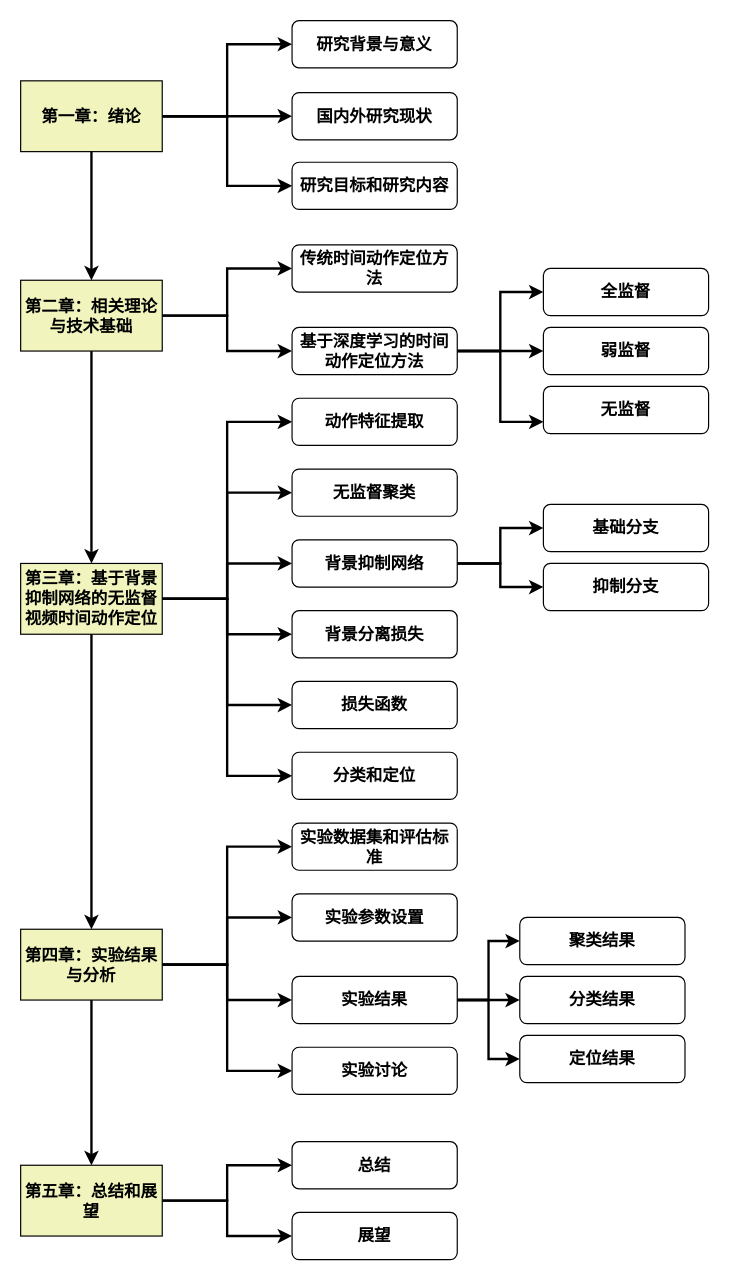
Earlier version of the draw.io diagram 论文/论文结构图.drawio (zhou-ning/Diagrams). Source tidied: cells renumbered, new cells numbered last; positions are measured from the earlier drawing's top-left corner, leaving out a move shared by most shapes. Both pictures are drawn from the tidied source at 118%, with x=0, y=0 at pixel (20, 20).
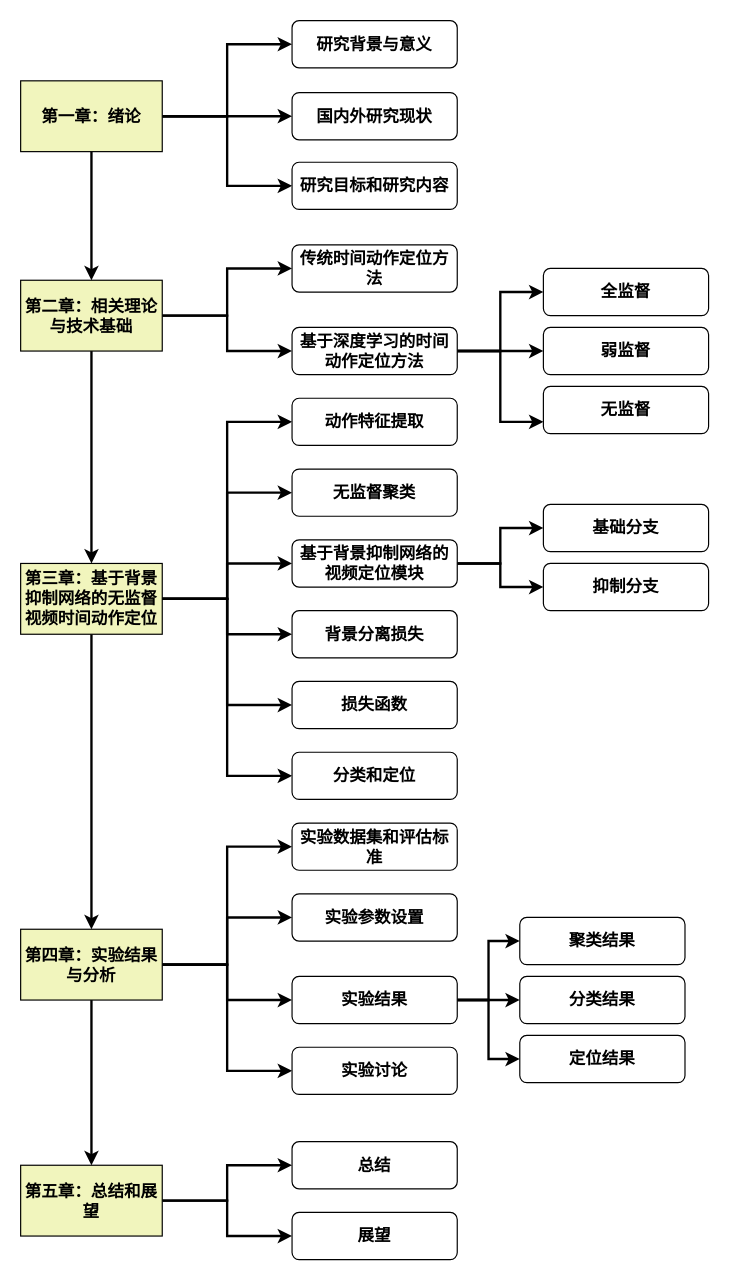
The same page after the edit.

Commit message:
Update 论文结构图.drawio

Diff of the diagram source:
```diff
@@
-    <mxCell id="40" value="背景抑制网络" style="rounded=1;whiteSpace=wrap;html=1;fillColor=#FFFFFF;fontSize=14;fontStyle=1;" parent="1" vertex="1">
+    <mxCell id="40" value="基于背景抑制网络的视频定位模块" style="rounded=1;whiteSpace=wrap;html=1;fillColor=#FFFFFF;fontSize=14;fontStyle=1;" parent="1" vertex="1">
       <mxGeometry x="230" y="440" width="140" height="40" as="geometry" />
     </mxCell>
```
